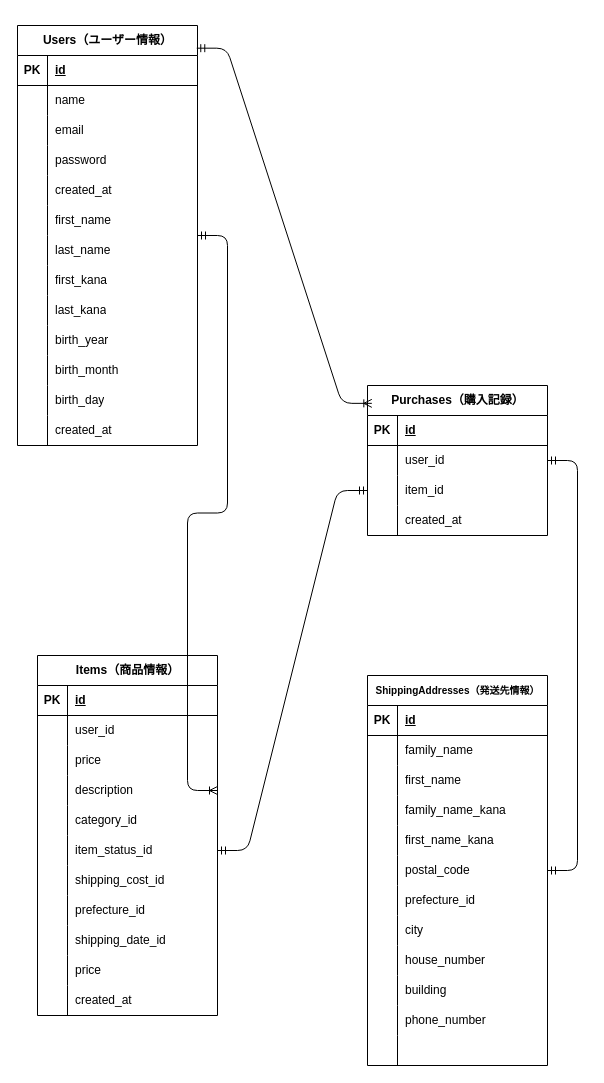
Before: er.dio in shiki-k-1225/furima-41673, a draw.io diagram. Source tidied: cells renumbered, new cells numbered last; positions are measured from the earlier drawing's top-left corner, leaving out a move shared by most shapes. Both pictures are drawn from the tidied source at 100%, with x=0, y=0 at pixel (17, 25).
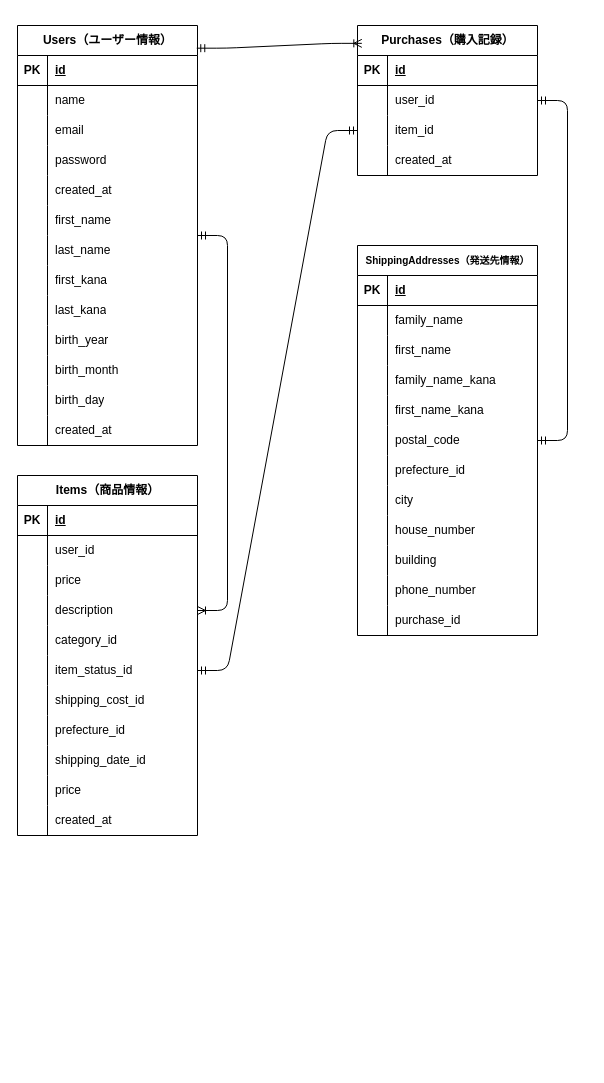
After the change.

Unchanged cells that the change refers to:
```xml
<mxCell id="123" style="shape=tableRow;horizontal=0;startSize=0;swimlaneHead=0;swimlaneBody=0;fillColor=none;top=0;left=0;right=0;bottom=0;" parent="89" vertex="1">
  <mxGeometry y="360" width="180" height="30" as="geometry" />
</mxCell>
```

Diff of the diagram source:
```diff
@@
     <mxCell id="2" value="Items（商品情報）" style="shape=table;startSize=30;childLayout=tableLayout;rowLines=0;fontStyle=1;align=center;html=1;strokeColor=light-dark(#000000,#EDEDED);" parent="1" vertex="1">
-      <mxGeometry x="20" y="630" width="180" height="360" as="geometry" />
+      <mxGeometry y="450" width="180" height="360" as="geometry" />
     </mxCell>
@@
     <mxCell id="36" value="Purchases（購入記録）" style="shape=table;startSize=30;childLayout=tableLayout;rowLines=0;fontStyle=1;align=center;html=1;strokeColor=light-dark(#000000,#EDEDED);" parent="1" vertex="1">
-      <mxGeometry x="350" y="360" width="180" height="150" as="geometry" />
+      <mxGeometry x="340" width="180" height="150" as="geometry" />
     </mxCell>
@@
     <mxCell id="89" value="&lt;font style=&quot;font-size: 10px;&quot;&gt; ShippingAddresses（発送先情報）&lt;/font&gt;" style="shape=table;startSize=30;childLayout=tableLayout;rowLines=0;fontStyle=1;align=center;html=1;strokeColor=light-dark(#000000,#EDEDED);" parent="1" vertex="1">
-      <mxGeometry x="350" y="650" width="180" height="390" as="geometry" />
+      <mxGeometry x="340" y="220" width="180" height="390" as="geometry" />
     </mxCell>
@@
-    <mxCell id="125" style="shape=partialRectangle;fillColor=none;top=0;left=0;bottom=0;right=0;align=left;spacingLeft=6;overflow=hidden;whiteSpace=wrap;html=1;" parent="123" vertex="1">
+    <mxCell id="125" value="purchase_id" style="shape=partialRectangle;fillColor=none;top=0;left=0;bottom=0;right=0;align=left;spacingLeft=6;overflow=hidden;whiteSpace=wrap;html=1;" parent="123" vertex="1">
       <mxGeometry x="30" width="150" height="30" as="geometry" />
     </mxCell>
```
